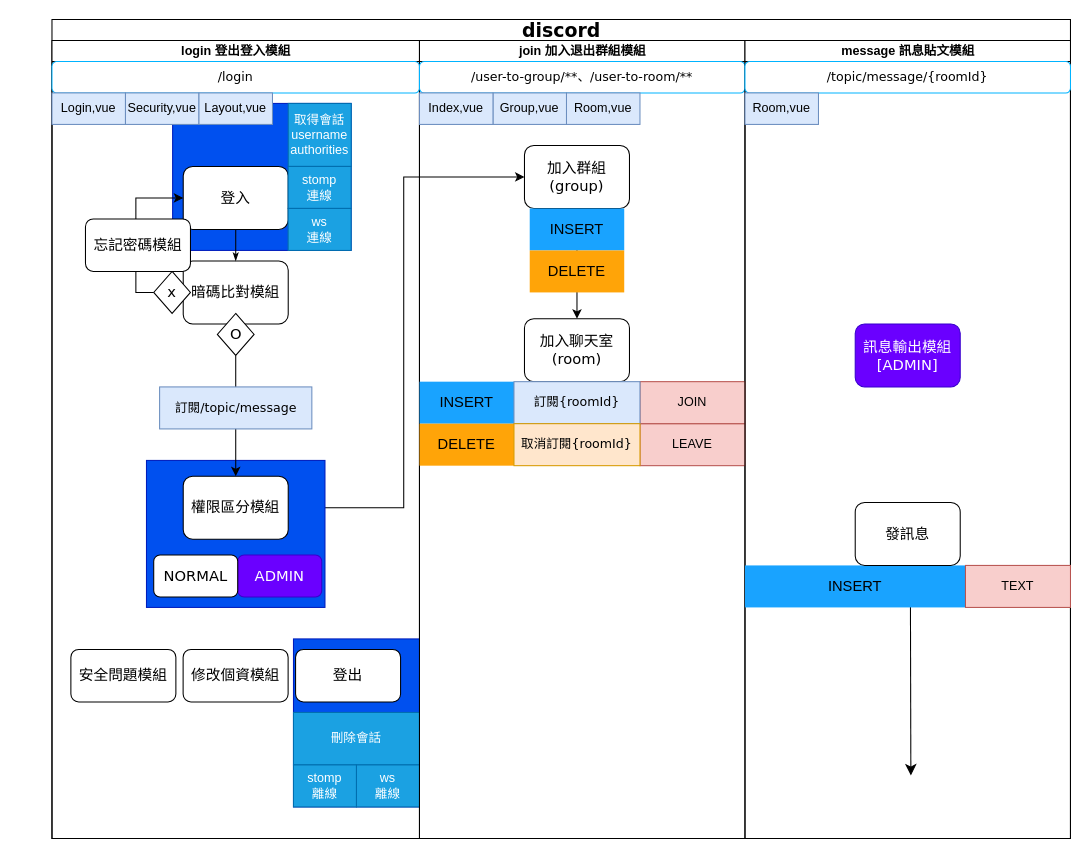
Vinskao/discord keeps this draw.io diagram as uml.drawio. Above is the earlier version. Source tidied: cells renumbered, new cells numbered last; positions are measured from the earlier drawing's top-left corner, leaving out a move shared by most shapes. Both pictures are drawn from the tidied source at 105%, with x=0, y=0 at pixel (51, 19).
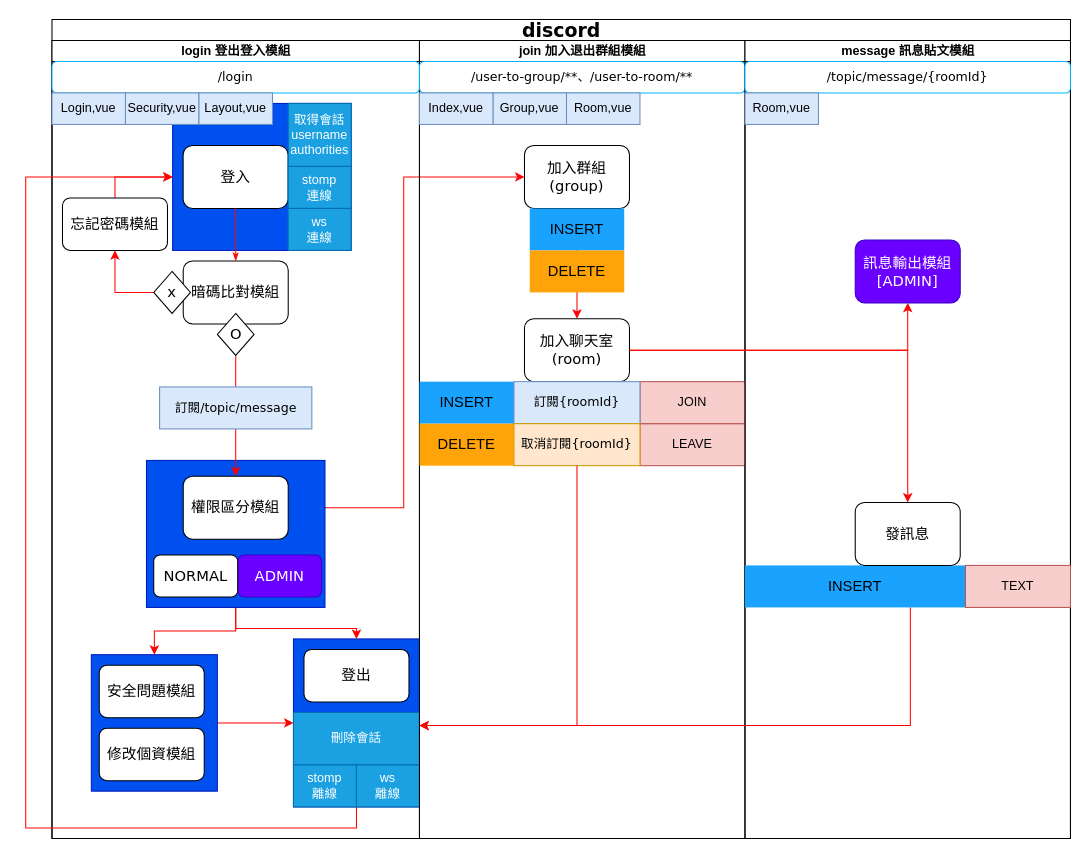
The same diagram, later.

The change refers to these unchanged cells:
```xml
<mxCell id="2" value="&lt;font style=&quot;font-size: 18px;&quot;&gt;discord&lt;/font&gt;" style="swimlane;html=1;startSize=20;rounded=0;shadow=0;labelBackgroundColor=none;strokeWidth=1;fontFamily=Verdana;fontSize=8;align=center;" parent="1" vertex="1">
  <mxGeometry width="970" height="780" as="geometry" />
</mxCell>
<mxCell id="6" value="login 登出登入模組" style="swimlane;html=1;startSize=20;" parent="2" vertex="1">
  <mxGeometry y="20" width="350" height="760" as="geometry" />
</mxCell>
<mxCell id="7" style="rounded=0;whiteSpace=wrap;html=1;fillColor=#0050ef;fontColor=#ffffff;strokeColor=#001DBC;" parent="6" vertex="1">
  <mxGeometry x="230" y="570" width="120" height="160" as="geometry" />
</mxCell>
<mxCell id="8" style="rounded=0;whiteSpace=wrap;html=1;fillColor=#0050ef;fontColor=#ffffff;strokeColor=#001DBC;" parent="6" vertex="1">
  <mxGeometry x="114.9" y="60" width="170" height="140" as="geometry" />
</mxCell>
<mxCell id="9" style="rounded=0;whiteSpace=wrap;html=1;fillColor=#0050ef;fontColor=#ffffff;strokeColor=#001DBC;" parent="6" vertex="1">
  <mxGeometry x="90" y="400" width="170" height="140" as="geometry" />
</mxCell>
<mxCell id="11" value="&lt;font style=&quot;font-size: 14px;&quot;&gt;暗碼比對模組&lt;/font&gt;" style="rounded=1;whiteSpace=wrap;html=1;shadow=0;labelBackgroundColor=none;strokeWidth=1;fontFamily=Verdana;fontSize=8;align=center;" parent="6" vertex="1">
  <mxGeometry x="125" y="210" width="100" height="60" as="geometry" />
</mxCell>
<mxCell id="15" value="&lt;font style=&quot;font-size: 14px;&quot;&gt;x&lt;/font&gt;" style="rhombus;whiteSpace=wrap;html=1;rounded=0;shadow=0;labelBackgroundColor=none;strokeWidth=1;fontFamily=Verdana;fontSize=8;align=center;" parent="6" vertex="1">
  <mxGeometry x="96.9" y="220" width="35" height="40" as="geometry" />
</mxCell>
<mxCell id="17" value="&lt;font style=&quot;font-size: 14px;&quot;&gt;O&lt;/font&gt;" style="rhombus;whiteSpace=wrap;html=1;rounded=0;shadow=0;labelBackgroundColor=none;strokeWidth=1;fontFamily=Verdana;fontSize=8;align=center;" parent="6" vertex="1">
  <mxGeometry x="157.5" y="260" width="35" height="40" as="geometry" />
</mxCell>
<mxCell id="18" value="&lt;font style=&quot;font-size: 14px;&quot;&gt;權限區分模組&lt;/font&gt;" style="rounded=1;whiteSpace=wrap;html=1;shadow=0;labelBackgroundColor=none;strokeWidth=1;fontFamily=Verdana;fontSize=8;align=center;" parent="6" vertex="1">
  <mxGeometry x="125" y="415" width="100" height="60" as="geometry" />
</mxCell>
<mxCell id="32" value="&lt;div&gt;刪除會話&lt;/div&gt;" style="rounded=0;whiteSpace=wrap;html=1;fillColor=#1ba1e2;fontColor=#ffffff;strokeColor=#006EAF;" parent="6" vertex="1">
  <mxGeometry x="230" y="640" width="120" height="50" as="geometry" />
</mxCell>
<mxCell id="33" value="stomp&lt;br&gt;離線" style="rounded=0;whiteSpace=wrap;html=1;fillColor=#1ba1e2;fontColor=#ffffff;strokeColor=#006EAF;" parent="6" vertex="1">
  <mxGeometry x="230" y="690" width="60" height="40" as="geometry" />
</mxCell>
<mxCell id="35" value="join 加入退出群組模組" style="swimlane;html=1;startSize=20;" parent="2" vertex="1">
  <mxGeometry x="350" y="20" width="310" height="760" as="geometry" />
</mxCell>
<mxCell id="37" value="&lt;font style=&quot;font-size: 14px;&quot;&gt;加入群組&lt;br&gt;(group)&lt;/font&gt;" style="rounded=1;whiteSpace=wrap;html=1;shadow=0;labelBackgroundColor=none;strokeWidth=1;fontFamily=Verdana;fontSize=8;align=center;" parent="35" vertex="1">
  <mxGeometry x="100" y="100" width="100" height="60" as="geometry" />
</mxCell>
<mxCell id="39" value="&lt;font style=&quot;font-size: 14px;&quot;&gt;加入聊天室&lt;br&gt;(room)&lt;/font&gt;" style="rounded=1;whiteSpace=wrap;html=1;shadow=0;labelBackgroundColor=none;strokeWidth=1;fontFamily=Verdana;fontSize=8;align=center;" parent="35" vertex="1">
  <mxGeometry x="100" y="265" width="100" height="60" as="geometry" />
</mxCell>
<mxCell id="51" value="取消訂閱&lt;span style=&quot;font-family: Verdana;&quot;&gt;{roomId}&lt;/span&gt;" style="rounded=0;whiteSpace=wrap;html=1;fillColor=#ffe6cc;strokeColor=#d79b00;" parent="35" vertex="1">
  <mxGeometry x="90" y="365" width="120" height="40" as="geometry" />
</mxCell>
<mxCell id="53" value="message 訊息貼文模組" style="swimlane;html=1;startSize=20;" parent="2" vertex="1">
  <mxGeometry x="660" y="20" width="310" height="760" as="geometry" />
</mxCell>
<mxCell id="56" value="&lt;span style=&quot;font-size: 14px;&quot;&gt;INSERT&lt;/span&gt;" style="shape=process;whiteSpace=wrap;html=1;backgroundOutline=1;fillColor=#19A3FF;strokeColor=none;" parent="53" vertex="1">
  <mxGeometry y="500" width="210" height="40" as="geometry" />
</mxCell>
<mxCell id="60" value="&lt;span style=&quot;font-size: 14px;&quot;&gt;發訊息&lt;/span&gt;" style="rounded=1;whiteSpace=wrap;html=1;shadow=0;labelBackgroundColor=none;strokeWidth=1;fontFamily=Verdana;fontSize=8;align=center;" parent="53" vertex="1">
  <mxGeometry x="105" y="440" width="100" height="60" as="geometry" />
</mxCell>
```

What changed in the source:
```diff
@@
-<mxGraphModel>
+<mxGraphModel background="#FFFFFF">
@@
-    <mxCell id="5" style="edgeStyle=orthogonalEdgeStyle;rounded=0;jettySize=auto;html=1;exitX=1;exitY=0.5;exitDx=0;exitDy=0;entryX=0;entryY=0.5;entryDx=0;entryDy=0;" parent="2" edge="1" source="18" target="37">
+    <mxCell id="5" style="edgeStyle=orthogonalEdgeStyle;rounded=0;jettySize=auto;html=1;exitX=1;exitY=0.5;exitDx=0;exitDy=0;entryX=0;entryY=0.5;entryDx=0;entryDy=0;strokeColor=#FF0505;" parent="2" edge="1" source="18" target="37">
       <mxGeometry relative="1" as="geometry">
         <Array as="points">
           <mxPoint x="335" y="465" />
           <mxPoint x="335" y="150" />
         </Array>
       </mxGeometry>
     </mxCell>
@@
+    <mxCell id="61" style="edgeStyle=orthogonalEdgeStyle;rounded=0;jettySize=auto;html=1;exitX=1;exitY=0.5;exitDx=0;exitDy=0;entryX=0;entryY=0.5;entryDx=0;entryDy=0;strokeColor=#FF0000;" parent="6" edge="1" source="62" target="7">
+      <mxGeometry relative="1" as="geometry" />
+    </mxCell>
+    <mxCell id="62" style="rounded=0;whiteSpace=wrap;html=1;fillColor=#0050ef;fontColor=#ffffff;strokeColor=#001DBC;" parent="6" vertex="1">
+      <mxGeometry x="37.5" y="585" width="120" height="130" as="geometry" />
+    </mxCell>
@@
+    <mxCell id="63" style="edgeStyle=orthogonalEdgeStyle;rounded=0;jettySize=auto;html=1;exitX=0.5;exitY=1;exitDx=0;exitDy=0;entryX=0.5;entryY=0;entryDx=0;entryDy=0;strokeColor=#FF0000;" parent="6" edge="1" source="9" target="62">
+      <mxGeometry relative="1" as="geometry" />
+    </mxCell>
+    <mxCell id="64" style="edgeStyle=orthogonalEdgeStyle;rounded=0;jettySize=auto;html=1;exitX=0.5;exitY=1;exitDx=0;exitDy=0;entryX=0.5;entryY=0;entryDx=0;entryDy=0;strokeColor=#FF0000;" parent="6" edge="1" source="9" target="7">
+      <mxGeometry relative="1" as="geometry">
+        <Array as="points">
+          <mxPoint x="175" y="560" />
+          <mxPoint x="290" y="560" />
+        </Array>
+      </mxGeometry>
+    </mxCell>
@@
     <mxCell id="10" value="&lt;font style=&quot;font-size: 14px;&quot;&gt;登入&lt;/font&gt;" style="rounded=1;whiteSpace=wrap;html=1;shadow=0;labelBackgroundColor=none;strokeWidth=1;fontFamily=Verdana;fontSize=8;align=center;" parent="6" vertex="1">
-      <mxGeometry x="125" y="120" width="100" height="60" as="geometry" />
+      <mxGeometry x="124.9" y="100" width="100" height="60" as="geometry" />
     </mxCell>
@@
-    <mxCell id="13" style="edgeStyle=orthogonalEdgeStyle;rounded=1;html=1;labelBackgroundColor=none;startArrow=none;startFill=0;startSize=5;endArrow=classicThin;endFill=1;endSize=5;jettySize=auto;strokeWidth=1;fontFamily=Verdana;fontSize=8;exitX=0.5;exitY=1;exitDx=0;exitDy=0;entryX=0.5;entryY=0;entryDx=0;entryDy=0;" parent="6" edge="1" source="10" target="11">
+    <mxCell id="13" style="edgeStyle=orthogonalEdgeStyle;rounded=1;html=1;labelBackgroundColor=none;startArrow=none;startFill=0;startSize=5;endArrow=classicThin;endFill=1;endSize=5;jettySize=auto;strokeWidth=1;fontFamily=Verdana;fontSize=8;exitX=0.5;exitY=1;exitDx=0;exitDy=0;entryX=0.5;entryY=0;entryDx=0;entryDy=0;strokeColor=#FF0505;" parent="6" edge="1" source="10" target="11">
       <mxGeometry relative="1" as="geometry" />
     </mxCell>
-    <mxCell id="14" style="edgeStyle=orthogonalEdgeStyle;rounded=0;jettySize=auto;html=1;exitX=0;exitY=0.5;exitDx=0;exitDy=0;entryX=0;entryY=0.5;entryDx=0;entryDy=0;" parent="6" edge="1" source="15" target="10">
-      <mxGeometry relative="1" as="geometry">
-        <Array as="points">
-          <mxPoint x="79.9" y="240" />
-          <mxPoint x="79.9" y="150" />
-        </Array>
-      </mxGeometry>
-    </mxCell>
+    <mxCell id="65" style="edgeStyle=orthogonalEdgeStyle;rounded=0;jettySize=auto;html=1;exitX=0;exitY=0.5;exitDx=0;exitDy=0;entryX=0.5;entryY=1;entryDx=0;entryDy=0;strokeColor=#FF0505;" parent="6" edge="1" source="15" target="24">
+      <mxGeometry relative="1" as="geometry" />
+    </mxCell>
@@
-    <mxCell id="16" style="edgeStyle=orthogonalEdgeStyle;rounded=0;jettySize=auto;html=1;exitX=0.5;exitY=1;exitDx=0;exitDy=0;entryX=0.5;entryY=0;entryDx=0;entryDy=0;" parent="6" edge="1" source="17" target="18">
+    <mxCell id="16" style="edgeStyle=orthogonalEdgeStyle;rounded=0;jettySize=auto;html=1;exitX=0.5;exitY=1;exitDx=0;exitDy=0;entryX=0.5;entryY=0;entryDx=0;entryDy=0;strokeColor=#FF0000;" parent="6" edge="1" source="17" target="18">
       <mxGeometry relative="1" as="geometry" />
     </mxCell>
@@
+    <mxCell id="66" style="edgeStyle=orthogonalEdgeStyle;rounded=0;jettySize=auto;html=1;exitX=0.5;exitY=0;exitDx=0;exitDy=0;entryX=0;entryY=0.5;entryDx=0;entryDy=0;strokeColor=#FF0505;" parent="6" edge="1" source="24" target="8">
+      <mxGeometry relative="1" as="geometry" />
+    </mxCell>
     <mxCell id="24" value="&lt;font style=&quot;font-size: 14px;&quot;&gt;忘記密碼模組&lt;/font&gt;" style="rounded=1;whiteSpace=wrap;html=1;shadow=0;labelBackgroundColor=none;strokeWidth=1;fontFamily=Verdana;fontSize=8;align=center;" parent="6" vertex="1">
-      <mxGeometry x="31.9" y="170" width="100" height="50" as="geometry" />
+      <mxGeometry x="10" y="150" width="100" height="50" as="geometry" />
     </mxCell>
     <mxCell id="25" value="&lt;font style=&quot;font-size: 14px;&quot;&gt;安全問題模組&lt;/font&gt;" style="rounded=1;whiteSpace=wrap;html=1;shadow=0;labelBackgroundColor=none;strokeWidth=1;fontFamily=Verdana;fontSize=8;align=center;" parent="6" vertex="1">
-      <mxGeometry x="18" y="580" width="100" height="50" as="geometry" />
+      <mxGeometry x="45" y="595" width="100" height="50" as="geometry" />
     </mxCell>
     <mxCell id="26" value="&lt;font style=&quot;font-size: 14px;&quot;&gt;修改個資模組&lt;/font&gt;" style="rounded=1;whiteSpace=wrap;html=1;shadow=0;labelBackgroundColor=none;strokeWidth=1;fontFamily=Verdana;fontSize=8;align=center;" parent="6" vertex="1">
-      <mxGeometry x="124.9" y="580" width="100" height="50" as="geometry" />
+      <mxGeometry x="45" y="655" width="100" height="50" as="geometry" />
     </mxCell>
     <mxCell id="27" value="&lt;span style=&quot;font-size: 14px;&quot;&gt;登出&lt;/span&gt;" style="rounded=1;whiteSpace=wrap;html=1;shadow=0;labelBackgroundColor=none;strokeWidth=1;fontFamily=Verdana;fontSize=8;align=center;" parent="6" vertex="1">
-      <mxGeometry x="232" y="580" width="100" height="50" as="geometry" />
+      <mxGeometry x="240" y="580" width="100" height="50" as="geometry" />
     </mxCell>
@@
+    <mxCell id="67" style="edgeStyle=orthogonalEdgeStyle;rounded=0;jettySize=auto;html=1;exitX=1;exitY=1;exitDx=0;exitDy=0;entryX=0;entryY=0.5;entryDx=0;entryDy=0;strokeColor=#FF0505;" parent="6" edge="1" source="33" target="8">
+      <mxGeometry relative="1" as="geometry">
+        <Array as="points">
+          <mxPoint x="290" y="750" />
+          <mxPoint x="-25" y="750" />
+          <mxPoint x="-25" y="130" />
+        </Array>
+      </mxGeometry>
+    </mxCell>
@@
-    <mxCell id="36" style="edgeStyle=orthogonalEdgeStyle;rounded=0;jettySize=auto;html=1;exitX=0.5;exitY=1;exitDx=0;exitDy=0;entryX=0.5;entryY=0;entryDx=0;entryDy=0;" parent="35" edge="1" source="37" target="39">
+    <mxCell id="36" style="edgeStyle=orthogonalEdgeStyle;rounded=0;jettySize=auto;html=1;exitX=0.5;exitY=1;exitDx=0;exitDy=0;entryX=0.5;entryY=0;entryDx=0;entryDy=0;strokeColor=#FF0000;" parent="35" edge="1" source="37" target="39">
       <mxGeometry relative="1" as="geometry" />
     </mxCell>
@@
-    <mxCell id="54" style="edgeStyle=none;curved=1;rounded=0;jettySize=auto;html=1;exitX=0.75;exitY=0;exitDx=0;exitDy=0;entryX=0.5;entryY=0;entryDx=0;entryDy=0;fontSize=12;startSize=8;endSize=8;" parent="53" edge="1" source="56">
-      <mxGeometry relative="1" as="geometry">
-        <mxPoint x="158" y="700" as="targetPoint" />
-      </mxGeometry>
-    </mxCell>
@@
     <mxCell id="57" value="&lt;span style=&quot;font-size: 14px;&quot;&gt;訊息輸出模組&lt;br&gt;[ADMIN]&lt;/span&gt;" style="rounded=1;whiteSpace=wrap;html=1;shadow=0;labelBackgroundColor=none;strokeWidth=1;fontFamily=Verdana;fontSize=8;align=center;fillColor=#6a00ff;fontColor=#ffffff;strokeColor=#3700CC;" parent="53" vertex="1">
-      <mxGeometry x="105" y="270" width="100" height="60" as="geometry" />
+      <mxGeometry x="105" y="190" width="100" height="60" as="geometry" />
     </mxCell>
@@
+    <mxCell id="68" style="edgeStyle=orthogonalEdgeStyle;rounded=0;jettySize=auto;html=1;exitX=0.5;exitY=1;exitDx=0;exitDy=0;entryX=1;entryY=0.25;entryDx=0;entryDy=0;strokeColor=#FF0000;" parent="2" edge="1" source="51" target="32">
+      <mxGeometry relative="1" as="geometry" />
+    </mxCell>
+    <mxCell id="69" style="edgeStyle=orthogonalEdgeStyle;rounded=0;jettySize=auto;html=1;exitX=1;exitY=0.5;exitDx=0;exitDy=0;entryX=0.5;entryY=0;entryDx=0;entryDy=0;strokeColor=#FF0000;" parent="2" edge="1" source="39" target="60">
+      <mxGeometry relative="1" as="geometry" />
+    </mxCell>
+    <mxCell id="70" style="edgeStyle=orthogonalEdgeStyle;rounded=0;jettySize=auto;html=1;exitX=1;exitY=0.5;exitDx=0;exitDy=0;entryX=0.5;entryY=1;entryDx=0;entryDy=0;strokeColor=#FF0000;" parent="2" edge="1" source="39" target="57">
+      <mxGeometry relative="1" as="geometry" />
+    </mxCell>
+    <mxCell id="71" style="edgeStyle=orthogonalEdgeStyle;rounded=0;jettySize=auto;html=1;exitX=0.75;exitY=1;exitDx=0;exitDy=0;entryX=1;entryY=0.25;entryDx=0;entryDy=0;strokeColor=#FF0000;" parent="2" edge="1" source="56" target="32">
+      <mxGeometry relative="1" as="geometry" />
+    </mxCell>
```
